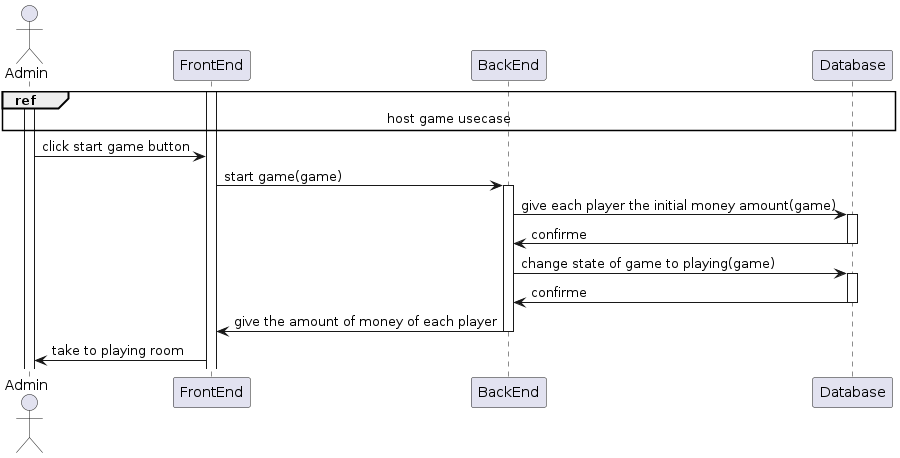
Earlier version of the PlantUML export thesis_tex/assets/diagrams/admin_start_game_detailedSD.png (monoploy-game/thesis). Source of this version:
```plantuml
@startuml

actor Admin

Activate Admin
Activate FrontEnd

ref over Admin, FrontEnd, BackEnd, Database : host game usecase

Admin ->  FrontEnd : click start game button

FrontEnd -> BackEnd : start game(game)
Activate BackEnd

BackEnd -> Database : give each player the initial money amount(game)
Activate Database

Database -> BackEnd : confirme
deactivate Database

BackEnd -> Database : change state of game to playing(game)
Activate Database

Database -> BackEnd : confirme
deactivate Database

BackEnd -> FrontEnd : give the amount of money of each player
deactivate BackEnd

FrontEnd -> Admin : take to playing room

@enduml
```
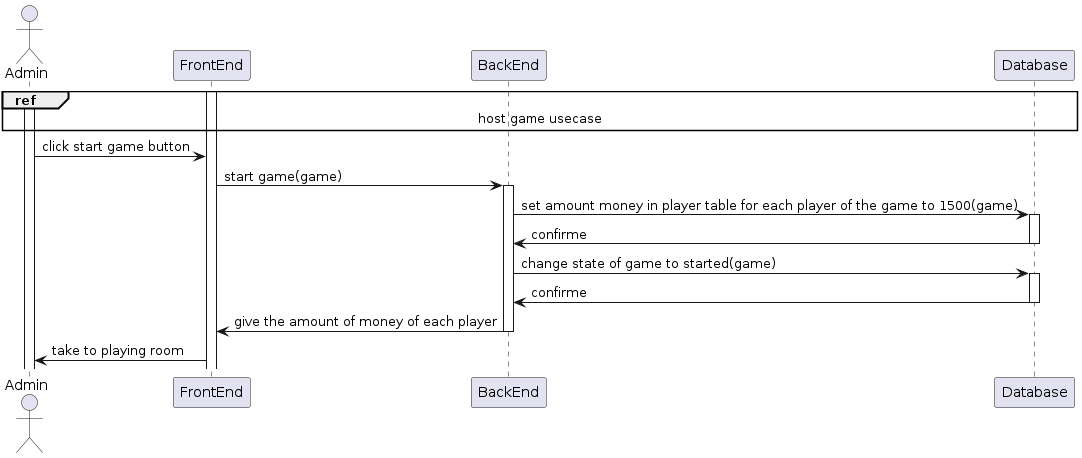
After the commit.

Commit message:
admin start game dsd updated

Diff of the diagram source:
```diff
@@ -12,13 +12,13 @@
 FrontEnd -> BackEnd : start game(game)
 Activate BackEnd
 
-BackEnd -> Database : give each player the initial money amount(game)
+BackEnd -> Database : set amount money in player table for each player of the game to 1500(game)
 Activate Database
 
 Database -> BackEnd : confirme
 deactivate Database
 
-BackEnd -> Database : change state of game to playing(game)
+BackEnd -> Database : change state of game to started(game)
 Activate Database
 
 Database -> BackEnd : confirme
```
